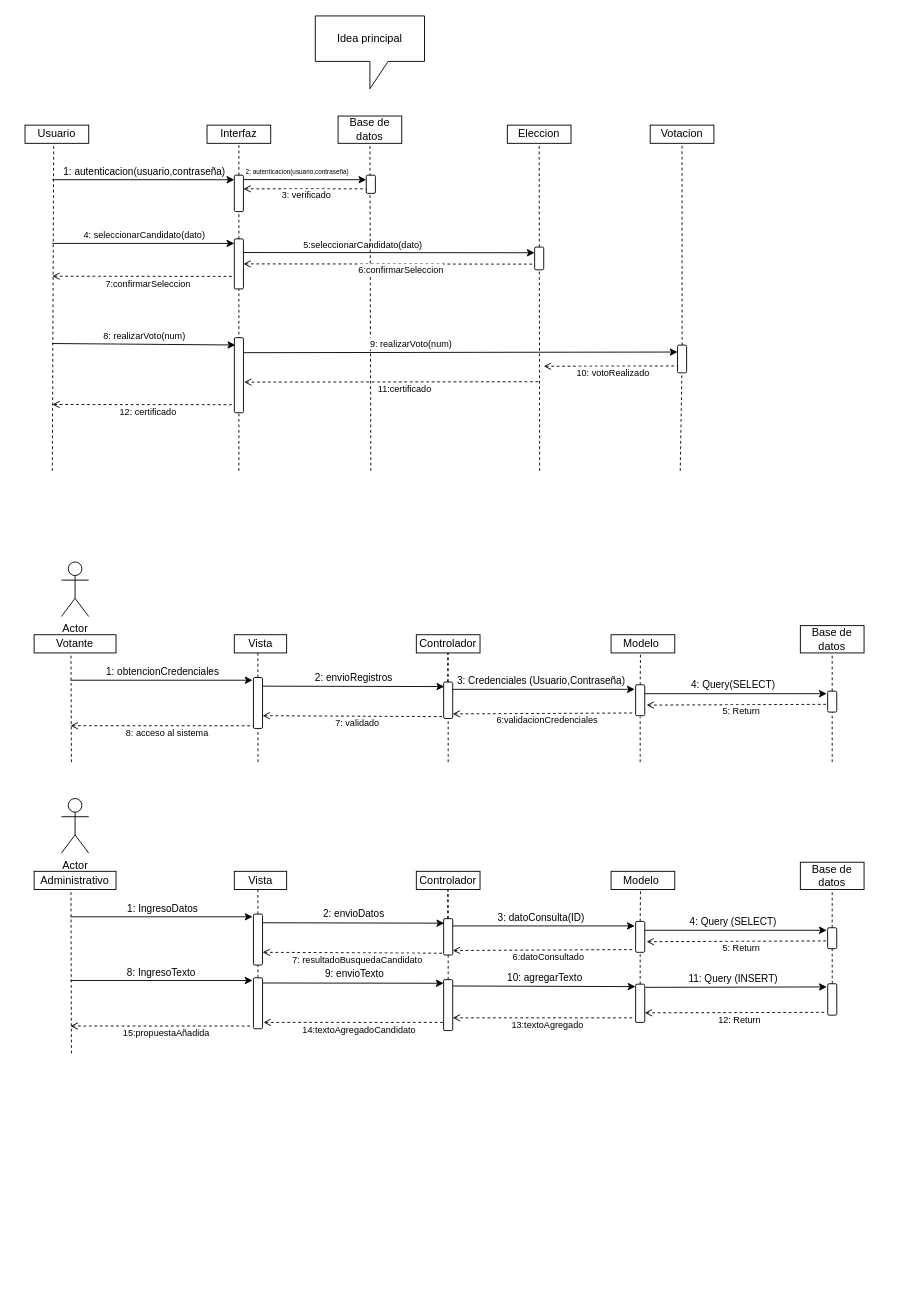
Andres-Nicolas/Diagramas keeps this draw.io diagram as DiagraSecue.drawio. Above is the earlier version. Source tidied: cells renumbered, new cells numbered last; positions are measured from the earlier drawing's top-left corner, leaving out a move shared by most shapes. Both pictures are drawn from the tidied source at 91%, with x=0, y=0 at pixel (25, 15).
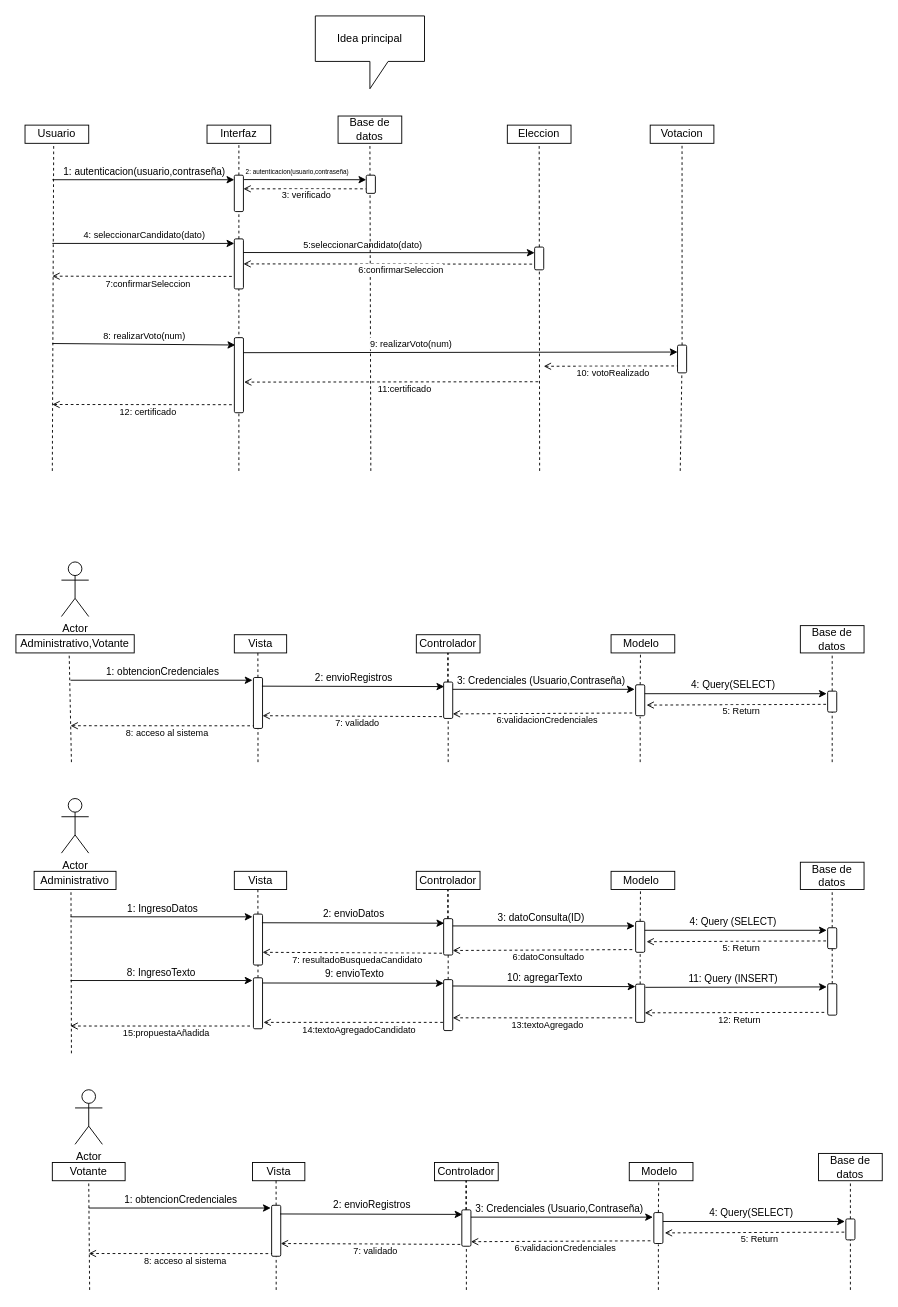
After the change.

Change to the diagram source:
```diff
@@
-    <mxCell id="46" value="Votante" style="rounded=0;whiteSpace=wrap;html=1;" parent="1" vertex="1">
-      <mxGeometry x="10" y="680" width="90" height="20" as="geometry" />
+    <mxCell id="46" value="Administrativo,Votante" style="rounded=0;whiteSpace=wrap;html=1;" parent="1" vertex="1">
+      <mxGeometry x="-10" y="680" width="130" height="20" as="geometry" />
     </mxCell>
@@
+    <mxCell id="136" value="Votante" style="rounded=0;whiteSpace=wrap;html=1;" parent="1" vertex="1">
+      <mxGeometry x="30" y="1260" width="80" height="20" as="geometry" />
+    </mxCell>
+    <mxCell id="137" style="endArrow=none;dashed=1;html=1;rounded=0;entryX=0.5;entryY=1;entryDx=0;entryDy=0;entryPerimeter=0;" parent="1" edge="1" target="136">
+      <mxGeometry relative="1" as="geometry">
+        <mxPoint x="71" y="1400" as="sourcePoint" />
+      </mxGeometry>
+    </mxCell>
+    <mxCell id="138" value="Actor" style="shape=umlActor;verticalLabelPosition=bottom;verticalAlign=top;html=1;" parent="1" vertex="1">
+      <mxGeometry x="55" y="1180" width="30" height="60" as="geometry" />
+    </mxCell>
+    <mxCell id="139" value="Vista" style="rounded=0;whiteSpace=wrap;html=1;" parent="1" vertex="1">
+      <mxGeometry x="250" y="1260" width="57.5" height="20" as="geometry" />
+    </mxCell>
+    <mxCell id="140" style="endArrow=none;dashed=1;html=1;rounded=0;entryX=0.45;entryY=1;entryDx=0;entryDy=0;entryPerimeter=0;" parent="1" edge="1" source="144" target="139">
+      <mxGeometry relative="1" as="geometry" />
+    </mxCell>
+    <mxCell id="141" style="endArrow=classic;html=1;rounded=0;" parent="1" edge="1">
+      <mxGeometry relative="1" as="geometry">
+        <mxPoint x="70" y="1310" as="sourcePoint" />
+        <mxPoint x="270" y="1310" as="targetPoint" />
+      </mxGeometry>
+    </mxCell>
+    <mxCell id="142" value="1: obtencionCredenciales" style="edgeLabel;html=1;align=center;verticalAlign=middle;" parent="141" vertex="1">
+      <mxGeometry x="-0.4" y="1" relative="1" as="geometry">
+        <mxPoint x="40" y="-9" as="offset" />
+      </mxGeometry>
+    </mxCell>
+    <mxCell id="143" style="endArrow=none;dashed=1;html=1;rounded=0;entryX=1;entryY=0.5;entryDx=0;entryDy=0;" parent="1" edge="1" target="144">
+      <mxGeometry relative="1" as="geometry">
+        <mxPoint x="276" y="1400" as="sourcePoint" />
+      </mxGeometry>
+    </mxCell>
+    <mxCell id="144" style="rounded=1;whiteSpace=wrap;html=1;rotation=90;" parent="1" vertex="1">
+      <mxGeometry x="248" y="1330" width="56" height="10" as="geometry" />
+    </mxCell>
+    <mxCell id="145" value="Controlador" style="rounded=0;whiteSpace=wrap;html=1;" parent="1" vertex="1">
+      <mxGeometry x="450" y="1260" width="70" height="20" as="geometry" />
+    </mxCell>
+    <mxCell id="146" style="endArrow=none;dashed=1;html=1;rounded=0;startSize=6;entryX=0.5;entryY=1;entryDx=0;entryDy=0;" parent="1" edge="1" source="150" target="145">
+      <mxGeometry relative="1" as="geometry" />
+    </mxCell>
+    <mxCell id="147" style="endArrow=classic;html=1;rounded=0;entryX=0.125;entryY=0.933;entryDx=0;entryDy=0;entryPerimeter=0;exitX=0.17;exitY=0.067;exitDx=0;exitDy=0;exitPerimeter=0;" parent="1" edge="1" source="144" target="150">
+      <mxGeometry relative="1" as="geometry" />
+    </mxCell>
+    <mxCell id="148" value="2: envioRegistros" style="edgeLabel;html=1;align=center;verticalAlign=middle;" parent="147" vertex="1">
+      <mxGeometry x="-0.4" y="1" relative="1" as="geometry">
+        <mxPoint x="40" y="-9" as="offset" />
+      </mxGeometry>
+    </mxCell>
+    <mxCell id="149" style="endArrow=none;dashed=1;html=1;rounded=0;startSize=6;entryX=1;entryY=0.5;entryDx=0;entryDy=0;" parent="1" edge="1" target="150">
+      <mxGeometry relative="1" as="geometry">
+        <mxPoint x="485" y="1400" as="sourcePoint" />
+      </mxGeometry>
+    </mxCell>
+    <mxCell id="150" style="rounded=1;whiteSpace=wrap;html=1;rotation=90;" parent="1" vertex="1">
+      <mxGeometry x="465" y="1327" width="40" height="10" as="geometry" />
+    </mxCell>
+    <mxCell id="151" style="endArrow=none;dashed=1;html=1;rounded=0;startArrow=open;startFill=0;exitX=0.75;exitY=0;exitDx=0;exitDy=0;" parent="1" edge="1" source="144">
+      <mxGeometry relative="1" as="geometry">
+        <mxPoint x="480" y="1350" as="targetPoint" />
+      </mxGeometry>
+    </mxCell>
+    <mxCell id="152" value="&lt;font style=&quot;font-size: 10px;&quot;&gt;7: validado&lt;/font&gt;" style="edgeLabel;html=1;align=center;verticalAlign=middle;" parent="151" vertex="1">
+      <mxGeometry x="0.14" y="-3" relative="1" as="geometry">
+        <mxPoint x="-9" y="4" as="offset" />
+      </mxGeometry>
+    </mxCell>
+    <mxCell id="153" style="endArrow=none;dashed=1;html=1;rounded=0;startSize=6;entryX=0.5;entryY=1;entryDx=0;entryDy=0;" parent="1" edge="1">
+      <mxGeometry relative="1" as="geometry">
+        <mxPoint x="484.5" y="1312" as="sourcePoint" />
+        <mxPoint x="484.5" y="1280" as="targetPoint" />
+      </mxGeometry>
+    </mxCell>
+    <mxCell id="154" value="Modelo&amp;nbsp;" style="rounded=0;whiteSpace=wrap;html=1;" parent="1" vertex="1">
+      <mxGeometry x="664" y="1260" width="70" height="20" as="geometry" />
+    </mxCell>
+    <mxCell id="155" style="endArrow=none;dashed=1;html=1;rounded=0;startSize=6;entryX=0.462;entryY=1;entryDx=0;entryDy=0;entryPerimeter=0;exitX=0;exitY=0.5;exitDx=0;exitDy=0;" parent="1" edge="1" source="160" target="154">
+      <mxGeometry relative="1" as="geometry" />
+    </mxCell>
+    <mxCell id="156" value="Base de datos" style="rounded=0;whiteSpace=wrap;html=1;" parent="1" vertex="1">
+      <mxGeometry x="872" y="1250" width="70" height="30" as="geometry" />
+    </mxCell>
+    <mxCell id="157" style="endArrow=none;dashed=1;html=1;rounded=0;startSize=6;entryX=0.5;entryY=1;entryDx=0;entryDy=0;exitX=0;exitY=0.5;exitDx=0;exitDy=0;" parent="1" edge="1" source="163" target="156">
+      <mxGeometry relative="1" as="geometry" />
+    </mxCell>
+    <mxCell id="158" style="endArrow=classic;html=1;rounded=0;" parent="1" edge="1">
+      <mxGeometry relative="1" as="geometry">
+        <mxPoint x="490" y="1320" as="sourcePoint" />
+        <mxPoint x="690" y="1320" as="targetPoint" />
+      </mxGeometry>
+    </mxCell>
+    <mxCell id="159" value="3: Credenciales (Usuario,Contraseña)" style="edgeLabel;html=1;align=center;verticalAlign=middle;" parent="158" vertex="1">
+      <mxGeometry x="-0.4" y="1" relative="1" as="geometry">
+        <mxPoint x="36" y="-9" as="offset" />
+      </mxGeometry>
+    </mxCell>
+    <mxCell id="160" style="rounded=1;whiteSpace=wrap;html=1;rotation=90;" parent="1" vertex="1">
+      <mxGeometry x="679" y="1327" width="34" height="10" as="geometry" />
+    </mxCell>
+    <mxCell id="161" style="endArrow=classic;html=1;rounded=0;" parent="1" edge="1">
+      <mxGeometry relative="1" as="geometry">
+        <mxPoint x="701" y="1324.8" as="sourcePoint" />
+        <mxPoint x="901" y="1324.8" as="targetPoint" />
+      </mxGeometry>
+    </mxCell>
+    <mxCell id="162" value="4: Query(SELECT)" style="edgeLabel;html=1;align=center;verticalAlign=middle;" parent="161" vertex="1">
+      <mxGeometry x="-0.4" y="1" relative="1" as="geometry">
+        <mxPoint x="36" y="-9" as="offset" />
+      </mxGeometry>
+    </mxCell>
+    <mxCell id="163" style="rounded=1;whiteSpace=wrap;html=1;rotation=90;" parent="1" vertex="1">
+      <mxGeometry x="895.5" y="1328.5" width="23" height="10" as="geometry" />
+    </mxCell>
+    <mxCell id="164" style="endArrow=none;dashed=1;html=1;rounded=0;startArrow=open;startFill=0;entryX=0.63;entryY=1.012;entryDx=0;entryDy=0;entryPerimeter=0;exitX=0.657;exitY=-0.2;exitDx=0;exitDy=0;exitPerimeter=0;" parent="1" edge="1" source="160" target="163">
+      <mxGeometry relative="1" as="geometry" />
+    </mxCell>
+    <mxCell id="165" value="&lt;font style=&quot;font-size: 10px;&quot;&gt;5: Return&lt;/font&gt;" style="edgeLabel;html=1;align=center;verticalAlign=middle;" parent="164" vertex="1">
+      <mxGeometry x="0.14" y="-2" relative="1" as="geometry">
+        <mxPoint x="-10" y="5" as="offset" />
+      </mxGeometry>
+    </mxCell>
+    <mxCell id="166" style="endArrow=none;dashed=1;html=1;rounded=0;startArrow=open;startFill=0;exitX=0.657;exitY=-0.2;exitDx=0;exitDy=0;exitPerimeter=0;" parent="1" edge="1">
+      <mxGeometry relative="1" as="geometry">
+        <mxPoint x="490" y="1347" as="sourcePoint" />
+        <mxPoint x="690" y="1346" as="targetPoint" />
+      </mxGeometry>
+    </mxCell>
+    <mxCell id="167" value="&lt;font style=&quot;font-size: 10px;&quot;&gt;6:validacionCredenciales&amp;nbsp;&lt;/font&gt;" style="edgeLabel;html=1;align=center;verticalAlign=middle;" parent="166" vertex="1">
+      <mxGeometry x="0.14" y="-2" relative="1" as="geometry">
+        <mxPoint x="-10" y="5" as="offset" />
+      </mxGeometry>
+    </mxCell>
+    <mxCell id="168" style="endArrow=none;dashed=1;html=1;rounded=0;startArrow=open;startFill=0;entryX=0.948;entryY=0.956;entryDx=0;entryDy=0;entryPerimeter=0;" parent="1" edge="1" target="144">
+      <mxGeometry relative="1" as="geometry">
+        <mxPoint x="70" y="1360" as="sourcePoint" />
+      </mxGeometry>
+    </mxCell>
+    <mxCell id="169" value="&lt;font style=&quot;font-size: 10px;&quot;&gt;8: acceso al sistema&lt;/font&gt;" style="edgeLabel;html=1;align=center;verticalAlign=middle;" parent="168" vertex="1">
+      <mxGeometry x="0.14" y="-3" relative="1" as="geometry">
+        <mxPoint x="-9" y="4" as="offset" />
+      </mxGeometry>
+    </mxCell>
+    <mxCell id="170" style="endArrow=none;dashed=1;html=1;rounded=0;startSize=6;" parent="1" edge="1">
+      <mxGeometry relative="1" as="geometry">
+        <mxPoint x="696" y="1400" as="sourcePoint" />
+        <mxPoint x="696" y="1350" as="targetPoint" />
+      </mxGeometry>
+    </mxCell>
+    <mxCell id="171" style="endArrow=none;dashed=1;html=1;rounded=0;startSize=6;entryX=1;entryY=0.5;entryDx=0;entryDy=0;" parent="1" edge="1" target="163">
+      <mxGeometry relative="1" as="geometry">
+        <mxPoint x="907" y="1400" as="sourcePoint" />
+      </mxGeometry>
+    </mxCell>
```
